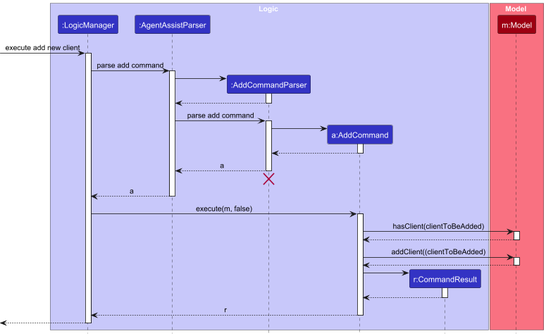
This is docs/images/AddSequenceDiagram.png from nus-cs2103-AY2425S1/tp, a PlantUML export, as it was before one commit. Its source is kept beside it as docs/diagrams/AddSequenceDiagram.puml. Its diagram source:
```plantuml
@startuml
!include style.puml
skinparam ArrowFontStyle plain

box Logic LOGIC_COLOR_T1
participant ":LogicManager" as LogicManager LOGIC_COLOR
participant ":AgentAssistParser" as AgentAssistParser LOGIC_COLOR
participant ":AddCommandParser" as AddCommandParser LOGIC_COLOR
participant "a:AddCommand" as AddCommand LOGIC_COLOR
participant "r:CommandResult" as CommandResult LOGIC_COLOR
end box

box Model MODEL_COLOR_T1
participant "m:Model" as Model MODEL_COLOR
end box

[-> LogicManager : execute add new client
activate LogicManager

LogicManager -> AgentAssistParser : parse add command
activate AgentAssistParser

create AddCommandParser
AgentAssistParser -> AddCommandParser
activate AddCommandParser

AddCommandParser --> AgentAssistParser
deactivate AddCommandParser

AgentAssistParser -> AddCommandParser : parse add command
activate AddCommandParser

create AddCommand
AddCommandParser -> AddCommand
activate AddCommand

AddCommand --> AddCommandParser :
deactivate AddCommand

AddCommandParser --> AgentAssistParser : a
deactivate AddCommandParser
AddCommandParser -[hidden]-> AgentAssistParser
destroy AddCommandParser

AgentAssistParser --> LogicManager : a
deactivate AgentAssistParser

LogicManager -> AddCommand : execute(m, false)
activate AddCommand

AddCommand -> Model : hasClient(clientToBeAdded)
activate Model

Model --> AddCommand
deactivate Model

AddCommand -> Model : addClient((clientToBeAdded)
activate Model

Model --> AddCommand:
deactivate

create CommandResult
AddCommand -> CommandResult
activate CommandResult

CommandResult --> AddCommand
deactivate CommandResult

AddCommand --> LogicManager : r
deactivate AddCommand

[<--LogicManager
deactivate LogicManager
@enduml
```
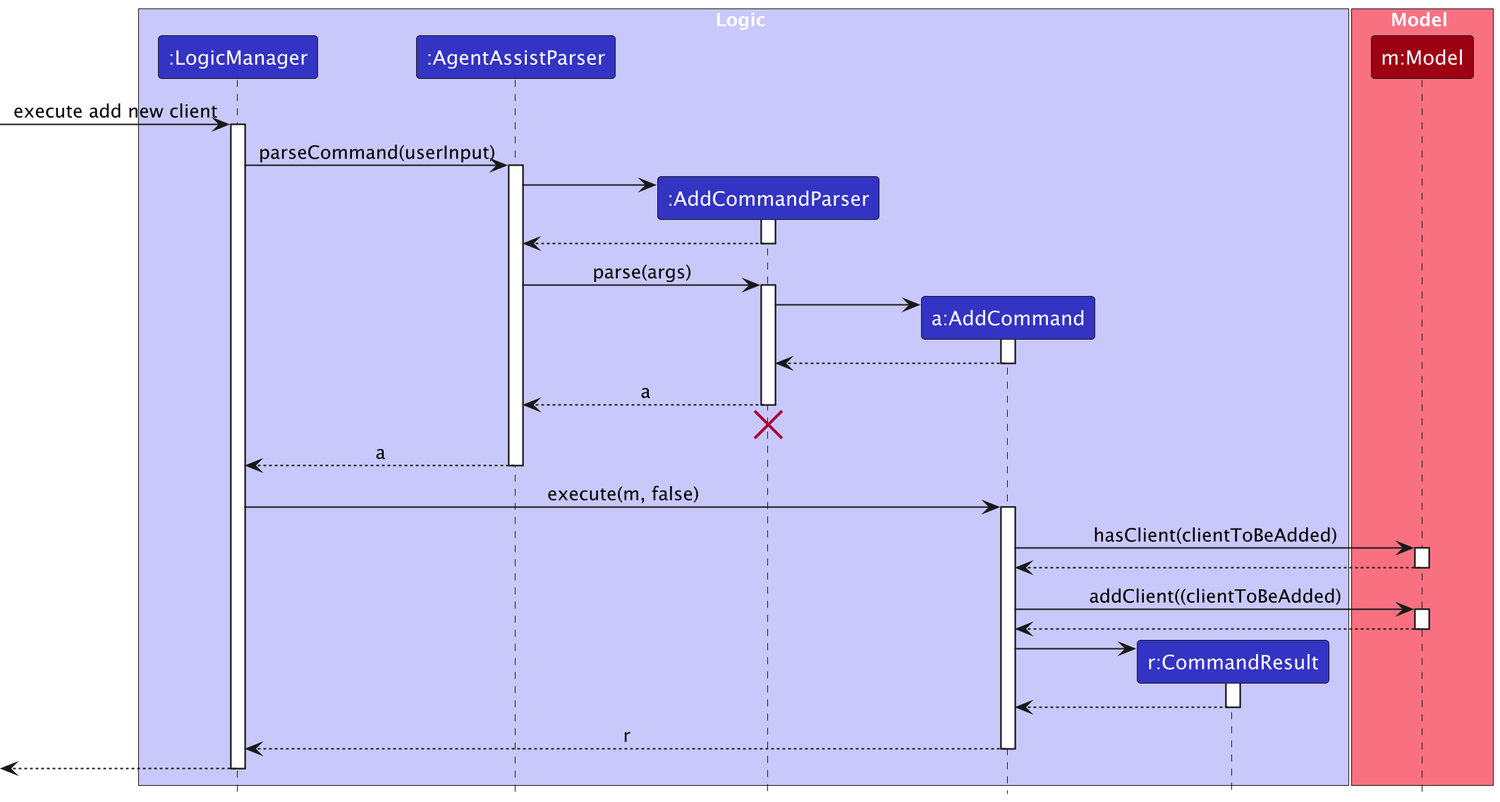
After the commit.

What changed in the source:
```diff
@@ -17,7 +17,7 @@
 [-> LogicManager : execute add new client
 activate LogicManager
 
-LogicManager -> AgentAssistParser : parse add command
+LogicManager -> AgentAssistParser : parseCommand(userInput)
 activate AgentAssistParser
 
 create AddCommandParser
@@ -27,7 +27,7 @@
 AddCommandParser --> AgentAssistParser
 deactivate AddCommandParser
 
-AgentAssistParser -> AddCommandParser : parse add command
+AgentAssistParser -> AddCommandParser : parse(args)
 activate AddCommandParser
 
 create AddCommand
```
